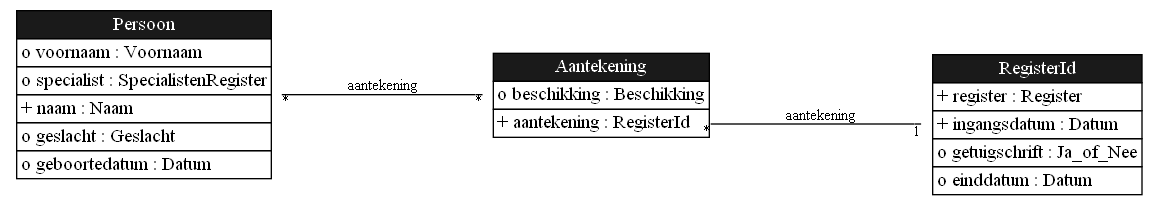
The Graphviz diagram docs/images/RelationsInPatternAantekening.png in gedelaar/BIG, before a commit. Its source is kept beside it as docs/images/RelationsInPatternAantekening.gv.
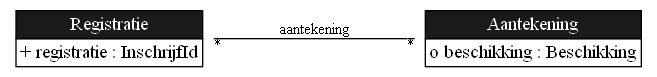
After the change.

Change to the diagram source:
```diff
@@ -7,20 +7,12 @@
 		minlen=4
 	];
 	Aantekening	[color=purple,
-		label=<<TABLE BGCOLOR="white" COLOR="black" BORDER="0" CELLBORDER="1" CELLSPACING="0"><TR><TD BGCOLOR="gray10" COLOR="black"><FONT COLOR="white">Aantekening</FONT></TD></TR><TR><TD ALIGN="LEFT" PORT="beschikking">o beschikking : Beschikking</TD></TR><TR><TD ALIGN="LEFT" PORT="aantekening">+ aantekening : RegisterId</TD></TR></TABLE>>,
+		label=<<TABLE BGCOLOR="white" COLOR="black" BORDER="0" CELLBORDER="1" CELLSPACING="0"><TR><TD BGCOLOR="gray10" COLOR="black"><FONT COLOR="white">Aantekening</FONT></TD></TR><TR><TD ALIGN="LEFT" PORT="beschikking">o beschikking : Beschikking</TD></TR></TABLE>>,
 		shape=plaintext];
-	RegisterId	[color=purple,
-		label=<<TABLE BGCOLOR="white" COLOR="black" BORDER="0" CELLBORDER="1" CELLSPACING="0"><TR><TD BGCOLOR="gray10" COLOR="black"><FONT COLOR="white">RegisterId</FONT></TD></TR><TR><TD ALIGN="LEFT" PORT="register">+ register : Register</TD></TR><TR><TD ALIGN="LEFT" PORT="ingangsdatum">+ ingangsdatum : Datum</TD></TR><TR><TD ALIGN="LEFT" PORT="getuigschrift">o getuigschrift : Ja_of_Nee</TD></TR><TR><TD ALIGN="LEFT" PORT="einddatum">o einddatum : Datum</TD></TR></TABLE>>,
+	Registratie	[color=purple,
+		label=<<TABLE BGCOLOR="white" COLOR="black" BORDER="0" CELLBORDER="1" CELLSPACING="0"><TR><TD BGCOLOR="gray10" COLOR="black"><FONT COLOR="white">Registratie</FONT></TD></TR><TR><TD ALIGN="LEFT" PORT="registratie">+ registratie : InschrijfId</TD></TR></TABLE>>,
 		shape=plaintext];
-	Aantekening:aantekening -> RegisterId	[arrowhead=onone,
-		headlabel=1,
-		label=aantekening,
-		labelfloat=true,
-		taillabel="*"];
-	Persoon	[color=purple,
-		label=<<TABLE BGCOLOR="white" COLOR="black" BORDER="0" CELLBORDER="1" CELLSPACING="0"><TR><TD BGCOLOR="gray10" COLOR="black"><FONT COLOR="white">Persoon</FONT></TD></TR><TR><TD ALIGN="LEFT" PORT="voornaam">o voornaam : Voornaam</TD></TR><TR><TD ALIGN="LEFT" PORT="specialist">o specialist : SpecialistenRegister</TD></TR><TR><TD ALIGN="LEFT" PORT="naam">+ naam : Naam</TD></TR><TR><TD ALIGN="LEFT" PORT="geslacht">o geslacht : Geslacht</TD></TR><TR><TD ALIGN="LEFT" PORT="geboortedatum">o geboortedatum : Datum</TD></TR></TABLE>>,
-		shape=plaintext];
-	Persoon:aantekening -> Aantekening	[arrowhead=onone,
+	Registratie:aantekening -> Aantekening	[arrowhead=onone,
 		headlabel="*",
 		label=aantekening,
 		labelfloat=true,
```
